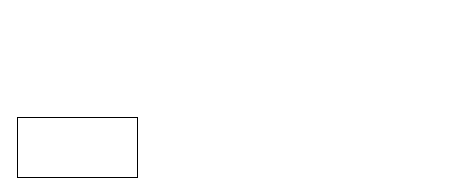
This is 未命名绘图.drawio from Dog49/E-commerce, a draw.io file, before an edit. Source tidied: cells renumbered, new cells numbered last; positions are measured from the earlier drawing's top-left corner, leaving out a move shared by most shapes. Both pictures are drawn from the tidied source at 100%, with x=0, y=0 at pixel (17, 117).
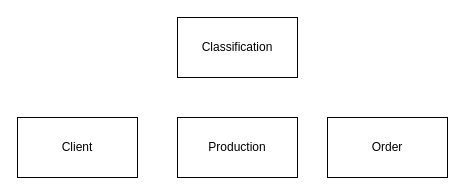
The same diagram, later.

The edit, as a diff of the source:
```diff
@@
 <mxGraphModel>
   <root>
     <mxCell id="0" />
     <mxCell id="1" parent="0" />
-    <mxCell id="2" style="rounded=0;whiteSpace=wrap;html=1;" parent="1" vertex="1">
+    <mxCell id="2" value="Client" style="rounded=0;whiteSpace=wrap;html=1;" parent="1" vertex="1">
       <mxGeometry width="120" height="60" as="geometry" />
     </mxCell>
+    <mxCell id="3" value="Order" style="rounded=0;whiteSpace=wrap;html=1;" parent="1" vertex="1">
+      <mxGeometry x="310" width="120" height="60" as="geometry" />
+    </mxCell>
+    <mxCell id="4" value="Production" style="rounded=0;whiteSpace=wrap;html=1;" parent="1" vertex="1">
+      <mxGeometry x="160" width="120" height="60" as="geometry" />
+    </mxCell>
+    <mxCell id="5" value="Classification" style="rounded=0;whiteSpace=wrap;html=1;" parent="1" vertex="1">
+      <mxGeometry x="160" y="-100" width="120" height="60" as="geometry" />
+    </mxCell>
   </root>
 </mxGraphModel>
```
